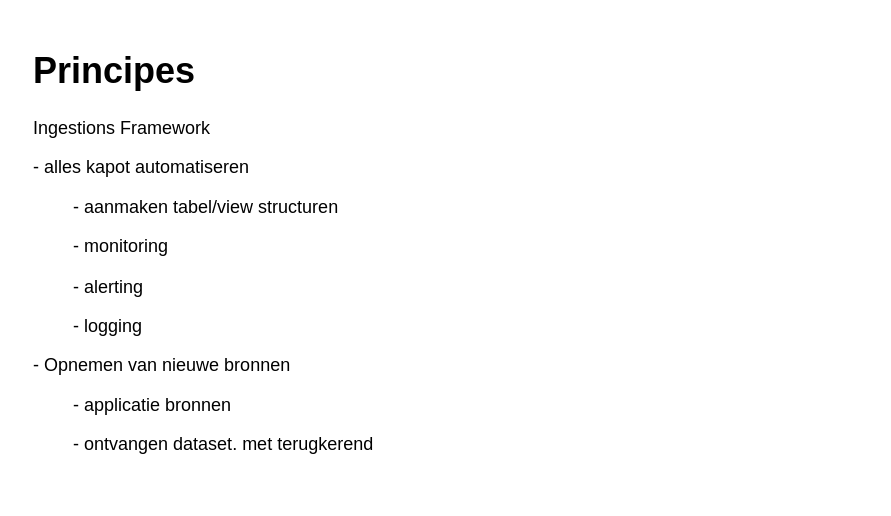
The draw.io diagram page "Pagina-10" (1 of 10) of DIF.drawio in antonkuiper/datasharing, before the edit. Source tidied: cells renumbered, new cells numbered last; positions are measured from the earlier drawing's top-left corner, leaving out a move shared by most shapes. Both pictures are drawn from the tidied source at 150%, with x=0, y=0 at pixel (26, 40).
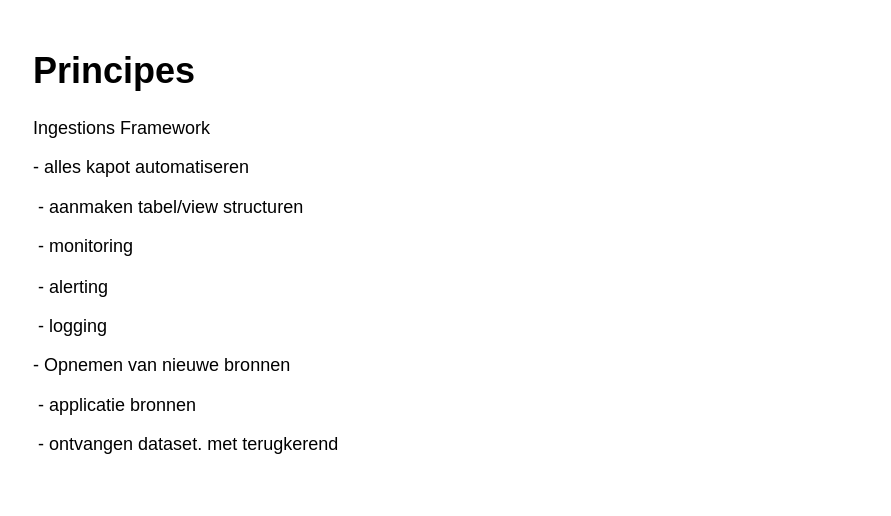
Above is the later version.

The edit, as a diff of the source:
```diff
@@
 <mxGraphModel>
   <root>
     <mxCell id="0" />
     <mxCell id="1" parent="0" />
-    <mxCell id="2" value="&lt;h1&gt;Principes&lt;/h1&gt;&lt;p&gt;Ingestions Framework&lt;/p&gt;&lt;p&gt;- alles kapot automatiseren&lt;/p&gt;&lt;p&gt;&lt;span style=&quot;white-space: pre;&quot;&gt;&#9;&lt;/span&gt;- aanmaken tabel/view structuren&lt;/p&gt;&lt;p&gt;&lt;span style=&quot;white-space: pre;&quot;&gt;&#9;&lt;/span&gt;- monitoring&lt;/p&gt;&lt;p&gt;&lt;span style=&quot;white-space: pre;&quot;&gt;&#9;&lt;/span&gt;- alerting&lt;/p&gt;&lt;p&gt;&lt;span style=&quot;white-space: pre;&quot;&gt;&#9;&lt;/span&gt;- logging&lt;/p&gt;&lt;p&gt;- Opnemen van nieuwe bronnen&lt;/p&gt;&lt;p&gt;&lt;span style=&quot;white-space: pre;&quot;&gt;&#9;&lt;/span&gt;- applicatie bronnen&lt;/p&gt;&lt;p&gt;&lt;span style=&quot;white-space: pre;&quot;&gt;&#9;&lt;/span&gt;- ontvangen dataset. met terugkerend&amp;nbsp;&lt;/p&gt;" style="text;html=1;strokeColor=none;fillColor=none;spacing=5;spacingTop=-20;whiteSpace=wrap;overflow=hidden;rounded=0;" parent="1" vertex="1">
+    <mxCell id="2" value="&lt;h1&gt;Principes&lt;/h1&gt;&lt;p&gt;Ingestions Framework&lt;/p&gt;&lt;p&gt;- alles kapot automatiseren&lt;/p&gt;&lt;p&gt;&lt;span style=&quot;white-space: pre;&quot;&gt; &lt;/span&gt;- aanmaken tabel/view structuren&lt;/p&gt;&lt;p&gt;&lt;span style=&quot;white-space: pre;&quot;&gt; &lt;/span&gt;- monitoring&lt;/p&gt;&lt;p&gt;&lt;span style=&quot;white-space: pre;&quot;&gt; &lt;/span&gt;- alerting&lt;/p&gt;&lt;p&gt;&lt;span style=&quot;white-space: pre;&quot;&gt; &lt;/span&gt;- logging&lt;/p&gt;&lt;p&gt;- Opnemen van nieuwe bronnen&lt;/p&gt;&lt;p&gt;&lt;span style=&quot;white-space: pre;&quot;&gt; &lt;/span&gt;- applicatie bronnen&lt;/p&gt;&lt;p&gt;&lt;span style=&quot;white-space: pre;&quot;&gt; &lt;/span&gt;- ontvangen dataset. met terugkerend&amp;nbsp;&lt;/p&gt;" style="text;html=1;strokeColor=none;fillColor=none;spacing=5;spacingTop=-20;whiteSpace=wrap;overflow=hidden;rounded=0;" parent="1" vertex="1">
       <mxGeometry width="560" height="300" as="geometry" />
     </mxCell>
   </root>
 </mxGraphModel>
```
